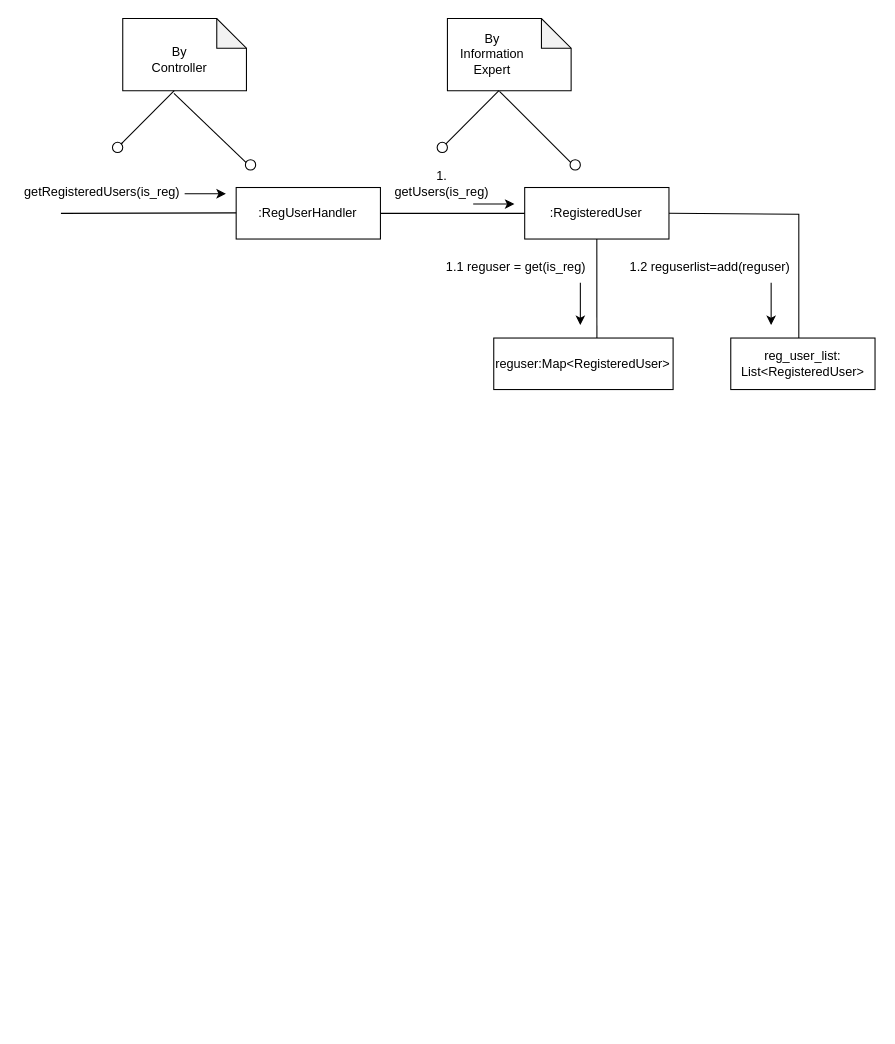
Earlier version of the draw.io diagram operation_diagram_1.drawio (jonamadk/DrawIO). Source tidied: cells renumbered, new cells numbered last; positions are measured from the earlier drawing's top-left corner, leaving out a move shared by most shapes. Both pictures are drawn from the tidied source at 106%, with x=0, y=0 at pixel (60, 18).
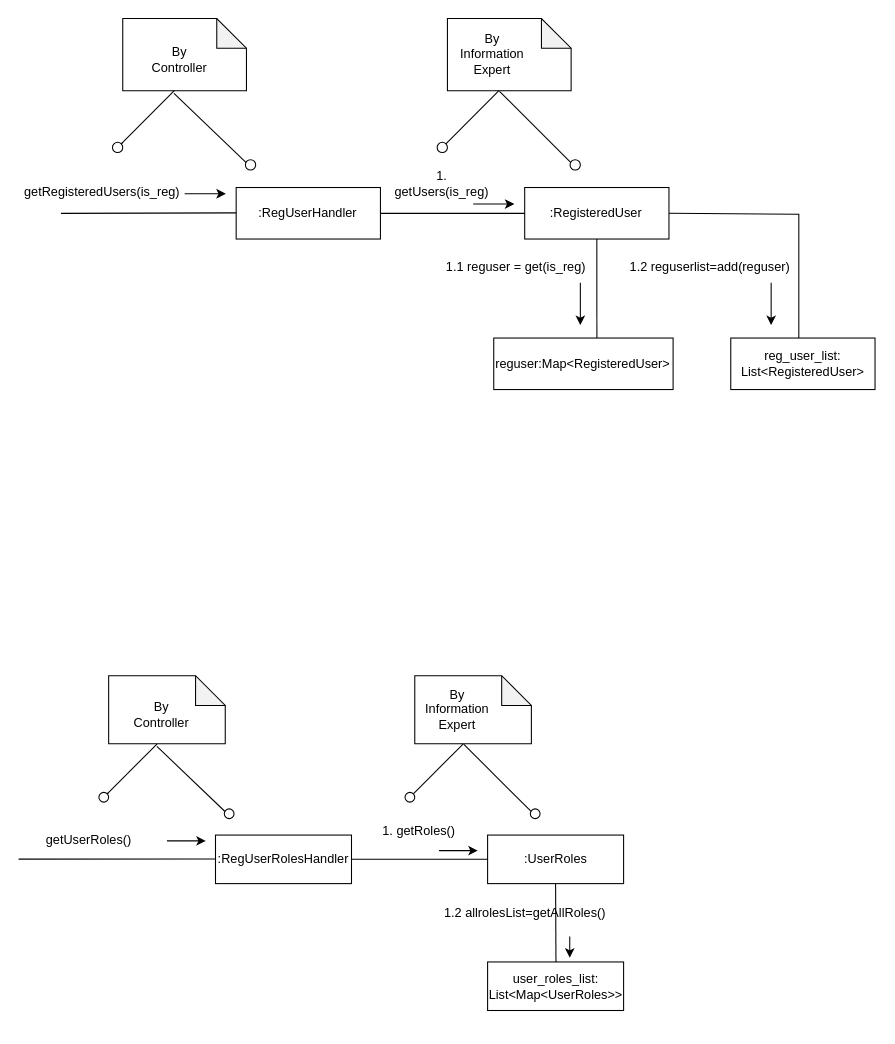
The same page after the edit.

Change to the diagram source:
```diff
@@
+    <mxCell id="32" style="group;" parent="1" vertex="1">
+      <mxGeometry x="-10" y="620" width="724.2" height="330" as="geometry" />
+    </mxCell>
+    <mxCell id="33" value=":RegUserRolesHandler" style="html=1;whiteSpace=wrap;" parent="32" vertex="1">
+      <mxGeometry x="155.8" y="150.3" width="128.3" height="45.8" as="geometry" />
+    </mxCell>
+    <mxCell id="34" style="endArrow=none;html=1;rounded=0;" parent="32" edge="1">
+      <mxGeometry relative="1" as="geometry">
+        <mxPoint x="-30" y="173" as="sourcePoint" />
+        <mxPoint x="155.8" y="172.8" as="targetPoint" />
+      </mxGeometry>
+    </mxCell>
+    <mxCell id="35" value=":UserRoles" style="html=1;whiteSpace=wrap;" parent="32" vertex="1">
+      <mxGeometry x="412.5" y="150.3" width="128.3" height="45.8" as="geometry" />
+    </mxCell>
+    <mxCell id="36" style="shape=note;whiteSpace=wrap;html=1;backgroundOutline=1;darkOpacity=0.05;size=28;" parent="32" vertex="1">
+      <mxGeometry x="55" width="110" height="64.2" as="geometry" />
+    </mxCell>
+    <mxCell id="37" value="By Controller" style="text;html=1;align=center;verticalAlign=middle;whiteSpace=wrap;rounded=0;" parent="32" vertex="1">
+      <mxGeometry x="73.3" y="18.3" width="64.2" height="36.7" as="geometry" />
+    </mxCell>
+    <mxCell id="38" style="endArrow=none;html=1;rounded=0;" parent="32" edge="1" source="41">
+      <mxGeometry relative="1" as="geometry">
+        <mxPoint x="100.8" y="64.2" as="targetPoint" />
+      </mxGeometry>
+    </mxCell>
+    <mxCell id="39" style="endArrow=none;html=1;rounded=0;exitX=0.414;exitY=1.038;exitDx=0;exitDy=0;exitPerimeter=0;" parent="32" edge="1" source="36">
+      <mxGeometry relative="1" as="geometry">
+        <mxPoint x="165" y="128.3" as="targetPoint" />
+      </mxGeometry>
+    </mxCell>
+    <mxCell id="40" style="endArrow=none;html=1;rounded=0;" parent="32" edge="1" target="41">
+      <mxGeometry relative="1" as="geometry">
+        <mxPoint x="55" y="110" as="sourcePoint" />
+      </mxGeometry>
+    </mxCell>
+    <mxCell id="41" style="ellipse;whiteSpace=wrap;html=1;" parent="32" vertex="1">
+      <mxGeometry x="45.8" y="110" width="9.2" height="9.2" as="geometry" />
+    </mxCell>
+    <mxCell id="42" style="ellipse;whiteSpace=wrap;html=1;" parent="32" vertex="1">
+      <mxGeometry x="164.1" y="125.6" width="9.2" height="9.2" as="geometry" />
+    </mxCell>
+    <mxCell id="43" value="getUserRoles()" style="text;html=1;align=center;verticalAlign=middle;whiteSpace=wrap;rounded=0;" parent="32" vertex="1">
+      <mxGeometry x="9.2" y="141.2" width="55" height="27.5" as="geometry" />
+    </mxCell>
+    <mxCell id="44" style="endArrow=classic;html=1;rounded=0;" parent="32" edge="1">
+      <mxGeometry relative="1" as="geometry">
+        <mxPoint x="110" y="155.8" as="sourcePoint" />
+        <mxPoint x="146.7" y="155.8" as="targetPoint" />
+      </mxGeometry>
+    </mxCell>
+    <mxCell id="45" style="endArrow=none;html=1;rounded=0;" parent="32" edge="1">
+      <mxGeometry relative="1" as="geometry">
+        <mxPoint x="284.2" y="173.2" as="sourcePoint" />
+        <mxPoint x="412.5" y="173.2" as="targetPoint" />
+      </mxGeometry>
+    </mxCell>
+    <mxCell id="46" value="1. getRoles()" style="text;html=1;align=center;verticalAlign=middle;whiteSpace=wrap;rounded=0;" parent="32" vertex="1">
+      <mxGeometry x="302.3" y="134.8" width="91.7" height="24.8" as="geometry" />
+    </mxCell>
+    <mxCell id="47" style="shape=note;whiteSpace=wrap;html=1;backgroundOutline=1;darkOpacity=0.05;size=28;" parent="32" vertex="1">
+      <mxGeometry x="343.8" width="110" height="64.2" as="geometry" />
+    </mxCell>
+    <mxCell id="48" style="endArrow=none;html=1;rounded=0;" parent="32" edge="1" source="50">
+      <mxGeometry relative="1" as="geometry">
+        <mxPoint x="389.6" y="64.2" as="targetPoint" />
+      </mxGeometry>
+    </mxCell>
+    <mxCell id="49" style="endArrow=none;html=1;rounded=0;exitX=0.421;exitY=1.008;exitDx=0;exitDy=0;exitPerimeter=0;" parent="32" edge="1" source="47">
+      <mxGeometry relative="1" as="geometry">
+        <mxPoint x="453.8" y="128.3" as="targetPoint" />
+      </mxGeometry>
+    </mxCell>
+    <mxCell id="50" style="ellipse;whiteSpace=wrap;html=1;" parent="32" vertex="1">
+      <mxGeometry x="334.6" y="110" width="9.2" height="9.2" as="geometry" />
+    </mxCell>
+    <mxCell id="51" style="ellipse;whiteSpace=wrap;html=1;" parent="32" vertex="1">
+      <mxGeometry x="452.8" y="125.6" width="9.2" height="9.2" as="geometry" />
+    </mxCell>
+    <mxCell id="52" value="By Information&lt;div&gt;Expert&lt;/div&gt;" style="text;html=1;align=center;verticalAlign=middle;whiteSpace=wrap;rounded=0;" parent="32" vertex="1">
+      <mxGeometry x="352" y="13.8" width="64.2" height="36.7" as="geometry" />
+    </mxCell>
+    <mxCell id="53" style="endArrow=classic;html=1;rounded=0;" parent="32" edge="1">
+      <mxGeometry relative="1" as="geometry">
+        <mxPoint x="366.7" y="165" as="sourcePoint" />
+        <mxPoint x="403.3" y="165" as="targetPoint" />
+      </mxGeometry>
+    </mxCell>
+    <mxCell id="54" value="user_roles_list: List&amp;lt;Map&amp;lt;UserRoles&amp;gt;&amp;gt;" style="html=1;whiteSpace=wrap;" parent="32" vertex="1">
+      <mxGeometry x="412.5" y="270" width="128.3" height="45.8" as="geometry" />
+    </mxCell>
+    <mxCell id="55" value="1.2 allrolesList=getAllRoles()" style="text;html=1;align=center;verticalAlign=middle;whiteSpace=wrap;rounded=0;" parent="32" vertex="1">
+      <mxGeometry x="370" y="210" width="155.8" height="27.5" as="geometry" />
+    </mxCell>
+    <mxCell id="56" style="endArrow=none;html=1;rounded=0;entryX=0.5;entryY=1;entryDx=0;entryDy=0;" parent="32" edge="1" target="35">
+      <mxGeometry relative="1" as="geometry">
+        <mxPoint x="477" y="270" as="sourcePoint" />
+      </mxGeometry>
+    </mxCell>
+    <mxCell id="57" style="endArrow=classic;html=1;rounded=0;" parent="32" edge="1">
+      <mxGeometry relative="1" as="geometry">
+        <mxPoint x="490" y="246" as="sourcePoint" />
+        <mxPoint x="490" y="266" as="targetPoint" />
+      </mxGeometry>
+    </mxCell>
```
